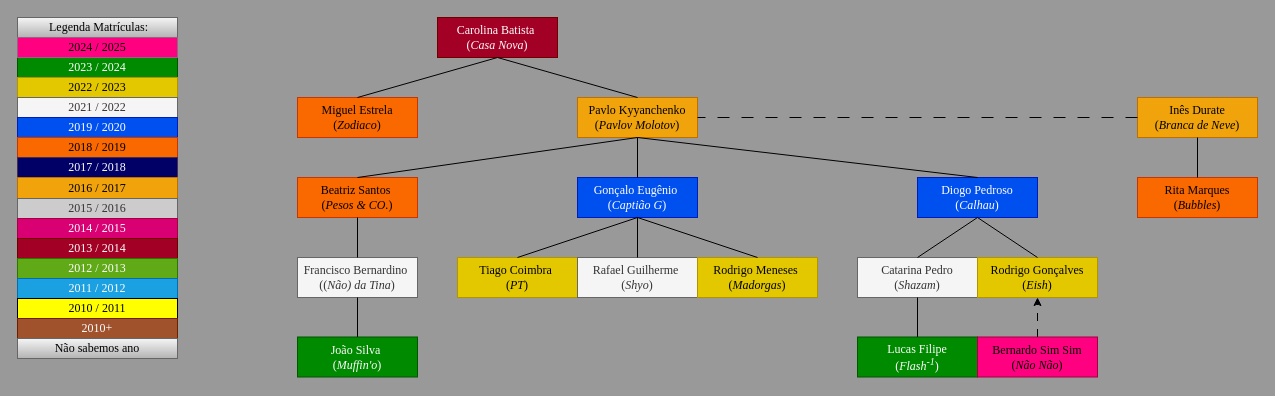
Earlier version of the draw.io diagram Draw.io/Familia_da_Carolina_Batista.drawio (pdmtmr/PDMTMRTESTLOCATION-AKA-ARBUSTO). Source tidied: cells renumbered, new cells numbered last; positions are measured from the earlier drawing's top-left corner, leaving out a move shared by most shapes. Both pictures are drawn from the tidied source at 100%, with x=0, y=0 at pixel (17, 17).
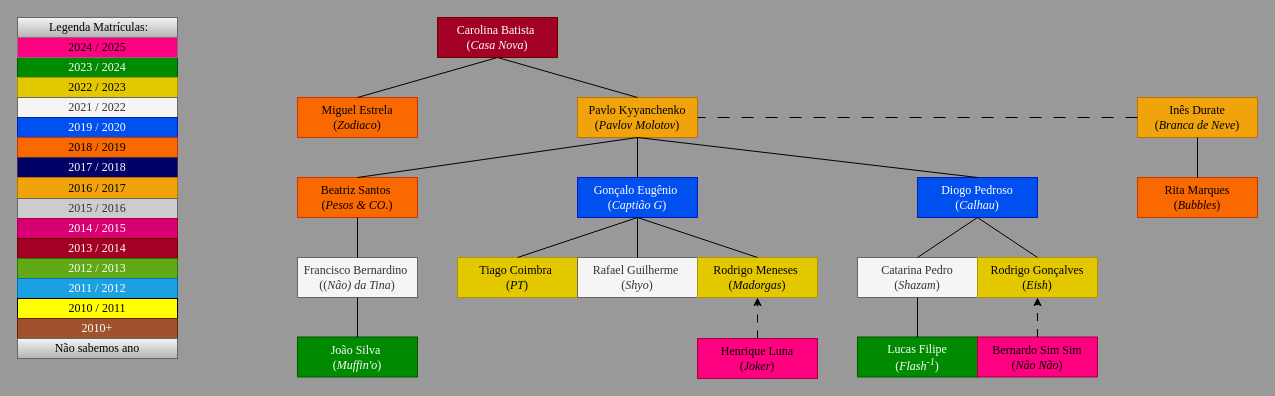
The same page after the edit.

The change refers to these unchanged cells:
```xml
<mxCell id="9" value="&lt;div&gt;Rodrigo Meneses&amp;nbsp;&lt;/div&gt;&lt;div&gt;(&lt;font&gt;&lt;i&gt;Madorgas&lt;/i&gt;&lt;/font&gt;)&lt;/div&gt;" style="rounded=0;whiteSpace=wrap;html=1;fillColor=#e3c800;fontColor=#000000;strokeColor=#B09500;fontFamily=Times New Roman;" parent="1" vertex="1">
  <mxGeometry x="680" y="240" width="120" height="40" as="geometry" />
</mxCell>
```

Diff of the diagram source:
```diff
@@
+    <mxCell id="52" value="&lt;div&gt;&lt;/div&gt;&lt;div&gt;Henrique Luna&lt;br&gt;(&lt;i&gt;Joker&lt;/i&gt;)&lt;/div&gt;" style="rounded=0;whiteSpace=wrap;html=1;fillColor=#FF0080;fontColor=#000000;strokeColor=#A50040;fontFamily=Times New Roman;" parent="1" vertex="1">
+      <mxGeometry x="680" y="321" width="120" height="40" as="geometry" />
+    </mxCell>
+    <mxCell id="53" style="endArrow=classic;html=1;rounded=0;exitX=0.5;exitY=0;exitDx=0;exitDy=0;dashed=1;dashPattern=8 8;entryX=0.5;entryY=1;entryDx=0;entryDy=0;fontFamily=Times New Roman;endFill=1;" parent="1" edge="1" source="52" target="9">
+      <mxGeometry relative="1" as="geometry" />
+    </mxCell>
```
